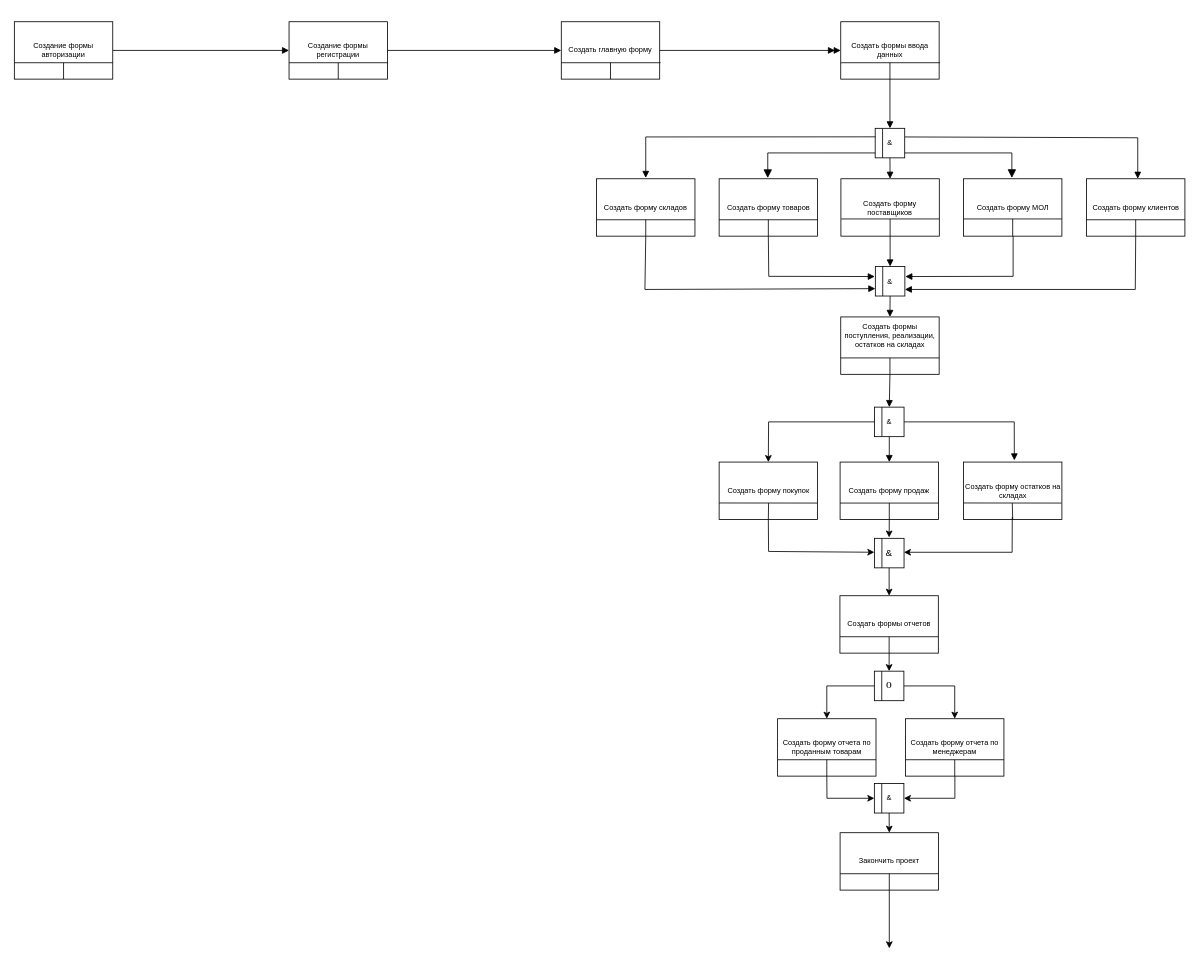
The draw.io diagram IDEF3.drawio in dallas-ak/MiSPIS, before the edit. Source tidied: cells renumbered, new cells numbered last; positions are measured from the earlier drawing's top-left corner, leaving out a move shared by most shapes. Both pictures are drawn from the tidied source at 82%, with x=0, y=0 at pixel (14, 21).
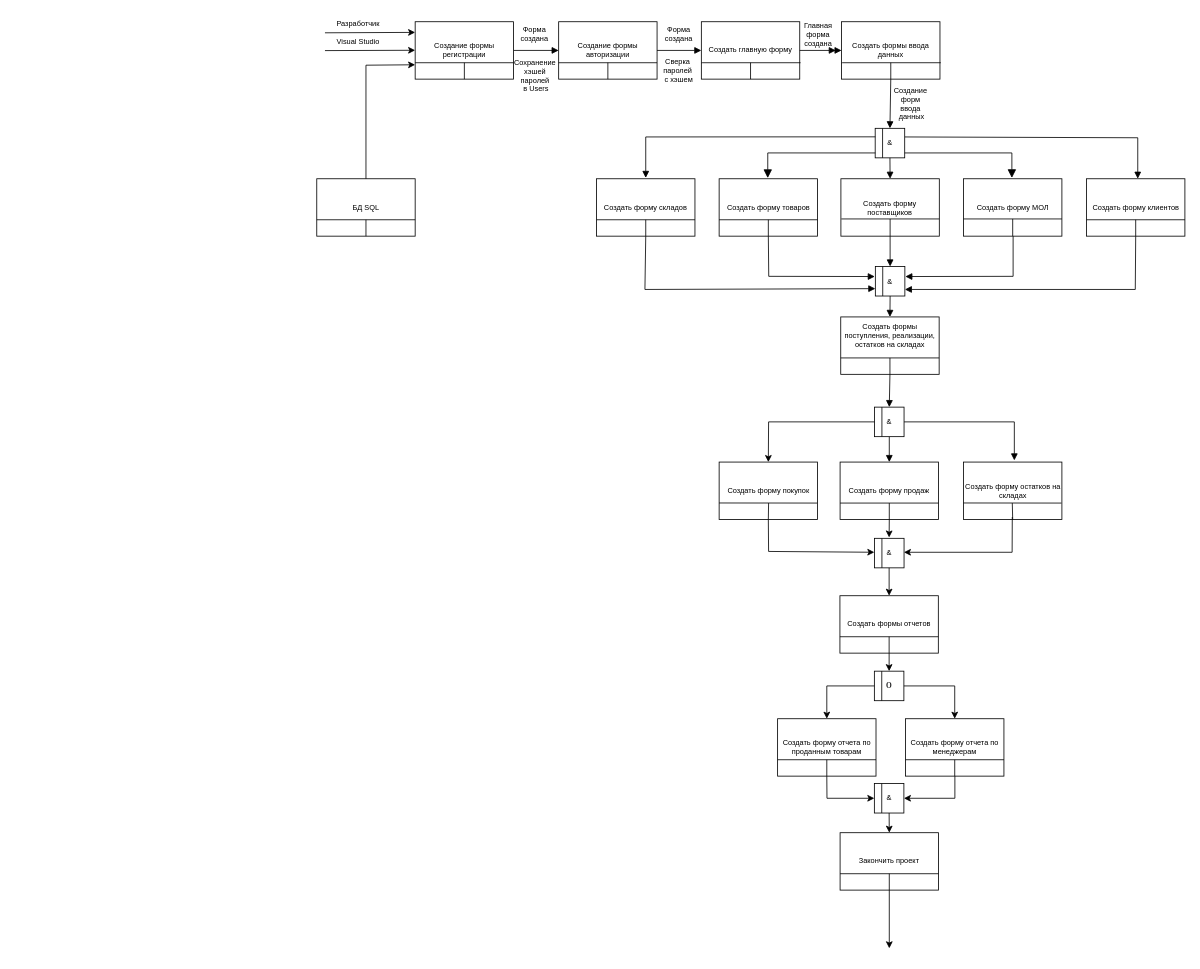
The same page after the edit.

The change refers to these unchanged cells:
```xml
<mxCell id="45" value="Создать&amp;nbsp;форму покупок" style="rounded=0;whiteSpace=wrap;html=1;fontSize=9;" parent="1" vertex="1">
  <mxGeometry x="859.5" y="537" width="120" height="70" as="geometry" />
</mxCell>
<mxCell id="65" value="&amp;amp;" style="whiteSpace=wrap;html=1;fontSize=9;" parent="64" vertex="1">
  <mxGeometry width="36" height="36" as="geometry" />
</mxCell>
<mxCell id="76" value="Создать форму отчета по проданным товарам" style="rounded=0;whiteSpace=wrap;html=1;fontSize=9;" parent="1" vertex="1">
  <mxGeometry x="930.8" y="850" width="120" height="70" as="geometry" />
</mxCell>
<mxCell id="79" value="Создать форму отчета по менеджерам" style="rounded=0;whiteSpace=wrap;html=1;fontSize=9;" parent="1" vertex="1">
  <mxGeometry x="1086.8" y="850" width="120" height="70" as="geometry" />
</mxCell>
<mxCell id="84" value="&lt;span style=&quot;font-weight: 700; color: rgb(32, 33, 34); font-family: &amp;quot;palatino linotype&amp;quot;, &amp;quot;new athena unicode&amp;quot;, athena, gentium, code2000, serif; font-size: 9px; text-align: start; background-color: rgb(255, 255, 255);&quot;&gt;Ο&lt;/span&gt;" style="whiteSpace=wrap;html=1;fontSize=9;" parent="83" vertex="1">
  <mxGeometry width="36" height="36" as="geometry" />
</mxCell>
<mxCell id="88" value="Закончить проект" style="rounded=0;whiteSpace=wrap;html=1;fontSize=9;" parent="1" vertex="1">
  <mxGeometry x="1007" y="989" width="120" height="70" as="geometry" />
</mxCell>
<mxCell id="92" value="&amp;amp;" style="whiteSpace=wrap;html=1;fontSize=9;" parent="91" vertex="1">
  <mxGeometry width="36" height="36" as="geometry" />
</mxCell>
```

What changed in the source:
```diff
@@
-    <mxCell id="2" value="Создание формы регистрации" style="rounded=0;whiteSpace=wrap;html=1;fontSize=9;" parent="1" vertex="1">
-      <mxGeometry x="335" width="120" height="70" as="geometry" />
+    <mxCell id="2" value="Создание формы авторизации" style="rounded=0;whiteSpace=wrap;html=1;fontSize=9;" parent="1" vertex="1">
+      <mxGeometry x="663.8" width="120" height="70" as="geometry" />
     </mxCell>
     <mxCell id="3" style="endArrow=none;html=1;rounded=0;fontSize=9;" parent="1" edge="1" source="2">
       <mxGeometry relative="1" as="geometry">
-        <mxPoint x="455" y="50" as="targetPoint" />
+        <mxPoint x="783.8" y="50" as="targetPoint" />
         <Array as="points">
-          <mxPoint x="335" y="50" />
+          <mxPoint x="663.8" y="50" />
         </Array>
       </mxGeometry>
     </mxCell>
     <mxCell id="4" style="endArrow=none;html=1;rounded=0;exitX=0.5;exitY=1;exitDx=0;exitDy=0;fontSize=9;" parent="1" edge="1" source="2">
       <mxGeometry relative="1" as="geometry">
-        <mxPoint x="395" y="50" as="targetPoint" />
+        <mxPoint x="723.8" y="50" as="targetPoint" />
       </mxGeometry>
     </mxCell>
     <mxCell id="5" value="Создать главную форму" style="rounded=0;whiteSpace=wrap;html=1;fontSize=9;" parent="1" vertex="1">
-      <mxGeometry x="667" width="120" height="70" as="geometry" />
+      <mxGeometry x="837.8" width="120" height="70" as="geometry" />
     </mxCell>
     <mxCell id="6" style="endArrow=none;html=1;rounded=0;fontSize=9;" parent="1" edge="1" source="5">
       <mxGeometry relative="1" as="geometry">
-        <mxPoint x="788" y="50" as="targetPoint" />
+        <mxPoint x="958.8" y="50" as="targetPoint" />
         <Array as="points">
-          <mxPoint x="668" y="50" />
+          <mxPoint x="838.8" y="50" />
         </Array>
       </mxGeometry>
     </mxCell>
     <mxCell id="7" style="endArrow=none;html=1;rounded=0;exitX=0.5;exitY=1;exitDx=0;exitDy=0;fontSize=9;" parent="1" edge="1" source="5">
       <mxGeometry relative="1" as="geometry">
-        <mxPoint x="727" y="50" as="targetPoint" />
+        <mxPoint x="897.8" y="50" as="targetPoint" />
       </mxGeometry>
     </mxCell>
     <mxCell id="8" style="endArrow=block;html=1;rounded=0;exitX=1;exitY=0.5;exitDx=0;exitDy=0;fontSize=9;endFill=1;" parent="1" edge="1" source="10">
       <mxGeometry relative="1" as="geometry">
-        <mxPoint x="335" y="35" as="targetPoint" />
+        <mxPoint x="663.8" y="35" as="targetPoint" />
       </mxGeometry>
     </mxCell>
@@
-    <mxCell id="10" value="Создание формы авторизации" style="rounded=0;whiteSpace=wrap;html=1;fontSize=9;" parent="1" vertex="1">
-      <mxGeometry width="120" height="70" as="geometry" />
+    <mxCell id="10" value="Создание формы регистрации" style="rounded=0;whiteSpace=wrap;html=1;fontSize=9;" parent="1" vertex="1">
+      <mxGeometry x="488.8" width="120" height="70" as="geometry" />
     </mxCell>
     <mxCell id="11" style="endArrow=none;html=1;rounded=0;fontSize=9;" parent="1" edge="1" source="10">
       <mxGeometry relative="1" as="geometry">
-        <mxPoint x="120" y="50" as="targetPoint" />
+        <mxPoint x="608.8" y="50" as="targetPoint" />
         <Array as="points">
-          <mxPoint y="50" />
+          <mxPoint x="488.8" y="50" />
         </Array>
       </mxGeometry>
     </mxCell>
     <mxCell id="12" style="endArrow=none;html=1;rounded=0;exitX=0.5;exitY=1;exitDx=0;exitDy=0;fontSize=9;" parent="1" edge="1" source="10">
       <mxGeometry relative="1" as="geometry">
-        <mxPoint x="60" y="50" as="targetPoint" />
+        <mxPoint x="548.8" y="50" as="targetPoint" />
       </mxGeometry>
     </mxCell>
@@
     <mxCell id="54" value="Создать формы ввода данных" style="rounded=0;whiteSpace=wrap;html=1;fontSize=9;" parent="1" vertex="1">
-      <mxGeometry x="1007.8" width="120" height="70" as="geometry" />
+      <mxGeometry x="1008.8" width="120" height="70" as="geometry" />
     </mxCell>
     <mxCell id="55" style="endArrow=none;html=1;rounded=0;fontSize=9;" parent="1" edge="1" source="54">
       <mxGeometry relative="1" as="geometry">
-        <mxPoint x="1128.8" y="50" as="targetPoint" />
+        <mxPoint x="1129.8" y="50" as="targetPoint" />
         <Array as="points">
-          <mxPoint x="1008.8" y="50" />
+          <mxPoint x="1009.8" y="50" />
         </Array>
       </mxGeometry>
     </mxCell>
     <mxCell id="56" style="endArrow=none;html=1;rounded=0;exitX=0.5;exitY=1;exitDx=0;exitDy=0;fontSize=9;" parent="1" edge="1" source="54">
       <mxGeometry relative="1" as="geometry">
-        <mxPoint x="1067.8" y="50" as="targetPoint" />
+        <mxPoint x="1068.8" y="50" as="targetPoint" />
       </mxGeometry>
     </mxCell>
@@
     <mxCell id="62" style="endArrow=block;html=1;rounded=0;entryX=0.5;entryY=0;entryDx=0;entryDy=0;exitX=1;exitY=0.5;exitDx=0;exitDy=0;fontSize=9;endFill=1;" parent="1" edge="1" source="65">
       <mxGeometry relative="1" as="geometry">
         <mxPoint x="1219.5" y="535" as="targetPoint" />
         <Array as="points">
-          <mxPoint x="1219.4" y="488" />
+          <mxPoint x="1219.5" y="488" />
         </Array>
       </mxGeometry>
     </mxCell>
@@
-    <mxCell id="82" style="endArrow=classic;html=1;rounded=0;entryX=0.5;entryY=0;entryDx=0;entryDy=0;exitX=0;exitY=0.5;exitDx=0;exitDy=0;" parent="1" edge="1" source="65" target="45">
+    <mxCell id="82" style="endArrow=classic;html=1;rounded=0;entryX=0.5;entryY=0;entryDx=0;entryDy=0;exitX=0;exitY=0.5;exitDx=0;exitDy=0;fontSize=9;" parent="1" edge="1" source="65" target="45">
       <mxGeometry relative="1" as="geometry">
         <Array as="points">
           <mxPoint x="919.8" y="488" />
         </Array>
       </mxGeometry>
     </mxCell>
@@
-    <mxCell id="86" style="endArrow=classic;html=1;rounded=0;entryX=0.5;entryY=0;entryDx=0;entryDy=0;exitX=0;exitY=0.5;exitDx=0;exitDy=0;" parent="1" edge="1" source="84" target="76">
+    <mxCell id="86" style="endArrow=classic;html=1;rounded=0;entryX=0.5;entryY=0;entryDx=0;entryDy=0;exitX=0;exitY=0.5;exitDx=0;exitDy=0;fontSize=9;" parent="1" edge="1" source="84" target="76">
       <mxGeometry relative="1" as="geometry">
         <Array as="points">
           <mxPoint x="990.8" y="810" />
         </Array>
       </mxGeometry>
     </mxCell>
-    <mxCell id="87" style="endArrow=classic;html=1;rounded=0;entryX=0.5;entryY=0;entryDx=0;entryDy=0;exitX=1;exitY=0.5;exitDx=0;exitDy=0;" parent="1" edge="1" source="84" target="79">
+    <mxCell id="87" style="endArrow=classic;html=1;rounded=0;entryX=0.5;entryY=0;entryDx=0;entryDy=0;exitX=1;exitY=0.5;exitDx=0;exitDy=0;fontSize=9;" parent="1" edge="1" source="84" target="79">
       <mxGeometry relative="1" as="geometry">
         <Array as="points">
           <mxPoint x="1146.8" y="810" />
         </Array>
       </mxGeometry>
     </mxCell>
@@
-    <mxCell id="89" style="endArrow=none;html=1;rounded=0;" parent="1" edge="1" source="88">
+    <mxCell id="89" style="endArrow=none;html=1;rounded=0;fontSize=9;" parent="1" edge="1" source="88">
       <mxGeometry relative="1" as="geometry">
         <mxPoint x="1127" y="1039" as="targetPoint" />
         <Array as="points">
           <mxPoint x="1007" y="1039" />
         </Array>
       </mxGeometry>
     </mxCell>
-    <mxCell id="90" style="endArrow=none;html=1;rounded=0;exitX=0.5;exitY=1;exitDx=0;exitDy=0;" parent="1" edge="1" source="88">
+    <mxCell id="90" style="endArrow=none;html=1;rounded=0;exitX=0.5;exitY=1;exitDx=0;exitDy=0;fontSize=9;" parent="1" edge="1" source="88">
       <mxGeometry relative="1" as="geometry">
         <mxPoint x="1067" y="1039" as="targetPoint" />
       </mxGeometry>
     </mxCell>
@@
-    <mxCell id="94" style="endArrow=classic;html=1;rounded=0;entryX=0.5;entryY=0;entryDx=0;entryDy=0;exitX=0.5;exitY=1;exitDx=0;exitDy=0;" parent="1" edge="1" source="92" target="88">
+    <mxCell id="94" style="endArrow=classic;html=1;rounded=0;entryX=0.5;entryY=0;entryDx=0;entryDy=0;exitX=0.5;exitY=1;exitDx=0;exitDy=0;fontSize=9;" parent="1" edge="1" source="92" target="88">
       <mxGeometry relative="1" as="geometry" />
     </mxCell>
-    <mxCell id="95" style="endArrow=classic;html=1;rounded=0;entryX=0;entryY=0.5;entryDx=0;entryDy=0;exitX=0.5;exitY=1;exitDx=0;exitDy=0;" parent="1" edge="1" source="76" target="92">
+    <mxCell id="95" style="endArrow=classic;html=1;rounded=0;entryX=0;entryY=0.5;entryDx=0;entryDy=0;exitX=0.5;exitY=1;exitDx=0;exitDy=0;fontSize=9;" parent="1" edge="1" source="76" target="92">
       <mxGeometry relative="1" as="geometry">
         <Array as="points">
           <mxPoint x="991" y="947" />
         </Array>
       </mxGeometry>
     </mxCell>
-    <mxCell id="96" style="endArrow=classic;html=1;rounded=0;entryX=1;entryY=0.5;entryDx=0;entryDy=0;exitX=0.5;exitY=1;exitDx=0;exitDy=0;" parent="1" edge="1" target="92">
+    <mxCell id="96" style="endArrow=classic;html=1;rounded=0;entryX=1;entryY=0.5;entryDx=0;entryDy=0;exitX=0.5;exitY=1;exitDx=0;exitDy=0;fontSize=9;" parent="1" edge="1" target="92">
       <mxGeometry relative="1" as="geometry">
         <mxPoint x="1147" y="920" as="sourcePoint" />
         <Array as="points">
           <mxPoint x="1147" y="947" />
         </Array>
       </mxGeometry>
     </mxCell>
-    <mxCell id="97" style="endArrow=classic;html=1;rounded=0;exitX=0.5;exitY=1;exitDx=0;exitDy=0;" parent="1" edge="1" source="88">
+    <mxCell id="97" style="endArrow=classic;html=1;rounded=0;exitX=0.5;exitY=1;exitDx=0;exitDy=0;fontSize=9;" parent="1" edge="1" source="88">
       <mxGeometry relative="1" as="geometry">
         <mxPoint x="1067" y="1130" as="targetPoint" />
       </mxGeometry>
     </mxCell>
-    <mxCell id="98" style="group;" parent="1" vertex="1">
+    <mxCell id="98" style="group;fontSize=9;" parent="1" vertex="1">
       <mxGeometry x="1049" y="630" width="36" height="36" as="geometry" />
     </mxCell>
-    <mxCell id="99" value="&amp;amp;" style="whiteSpace=wrap;html=1;" parent="98" vertex="1">
+    <mxCell id="99" value="&amp;amp;" style="whiteSpace=wrap;html=1;fontSize=9;" parent="98" vertex="1">
       <mxGeometry width="36" height="36" as="geometry" />
     </mxCell>
-    <mxCell id="100" style="endArrow=none;html=1;rounded=0;entryX=0.25;entryY=0;entryDx=0;entryDy=0;exitX=0.25;exitY=1;exitDx=0;exitDy=0;" parent="98" edge="1" source="99" target="99">
+    <mxCell id="100" style="endArrow=none;html=1;rounded=0;entryX=0.25;entryY=0;entryDx=0;entryDy=0;exitX=0.25;exitY=1;exitDx=0;exitDy=0;fontSize=9;" parent="98" edge="1" source="99" target="99">
       <mxGeometry relative="1" as="geometry" />
     </mxCell>
+    <mxCell id="101" style="endArrow=classic;html=1;rounded=0;entryX=0;entryY=0.25;entryDx=0;entryDy=0;fontSize=9;" parent="1" edge="1">
+      <mxGeometry relative="1" as="geometry">
+        <mxPoint x="378.8" y="13.5" as="sourcePoint" />
+        <mxPoint x="488.8" y="13" as="targetPoint" />
+      </mxGeometry>
+    </mxCell>
+    <mxCell id="102" style="endArrow=classic;html=1;rounded=0;entryX=0;entryY=0.75;entryDx=0;entryDy=0;fontSize=9;" parent="1" edge="1">
+      <mxGeometry relative="1" as="geometry">
+        <mxPoint x="378.8" y="35.2" as="sourcePoint" />
+        <mxPoint x="488.8" y="34.8" as="targetPoint" />
+      </mxGeometry>
+    </mxCell>
+    <mxCell id="103" value="Разработчик" style="text;html=1;align=center;verticalAlign=middle;strokeColor=none;fillColor=none;fontSize=9;" parent="1" vertex="1">
+      <mxGeometry x="378.8" y="-7" width="80" height="20" as="geometry" />
+    </mxCell>
+    <mxCell id="104" value="Visual Studio" style="text;html=1;align=center;verticalAlign=middle;strokeColor=none;fillColor=none;fontSize=9;" parent="1" vertex="1">
+      <mxGeometry x="378.8" y="15" width="80" height="20" as="geometry" />
+    </mxCell>
+    <mxCell id="105" value="БД SQL" style="rounded=0;whiteSpace=wrap;html=1;fontSize=9;" parent="1" vertex="1">
+      <mxGeometry x="368.8" y="191.5" width="120" height="70" as="geometry" />
+    </mxCell>
+    <mxCell id="106" style="endArrow=none;html=1;rounded=0;fontSize=9;" parent="1" edge="1" source="105">
+      <mxGeometry relative="1" as="geometry">
+        <mxPoint x="488.8" y="241.5" as="targetPoint" />
+        <Array as="points">
+          <mxPoint x="368.8" y="241.5" />
+        </Array>
+      </mxGeometry>
+    </mxCell>
+    <mxCell id="107" style="endArrow=none;html=1;rounded=0;exitX=0.5;exitY=1;exitDx=0;exitDy=0;fontSize=9;" parent="1" edge="1" source="105">
+      <mxGeometry relative="1" as="geometry">
+        <mxPoint x="428.8" y="241.5" as="targetPoint" />
+      </mxGeometry>
+    </mxCell>
+    <mxCell id="108" style="endArrow=classic;html=1;rounded=0;exitX=0.5;exitY=0;exitDx=0;exitDy=0;entryX=0;entryY=0.75;entryDx=0;entryDy=0;fontSize=9;" parent="1" edge="1" source="105" target="10">
+      <mxGeometry relative="1" as="geometry">
+        <Array as="points">
+          <mxPoint x="428.8" y="53" />
+        </Array>
+      </mxGeometry>
+    </mxCell>
+    <mxCell id="109" value="Форма&lt;div style=&quot;font-size: 9px;&quot;&gt;создана&lt;/div&gt;" style="text;html=1;align=center;verticalAlign=middle;strokeColor=none;fillColor=none;fontSize=9;" parent="1" vertex="1">
+      <mxGeometry x="603.8" y="-5" width="60" height="40" as="geometry" />
+    </mxCell>
+    <mxCell id="110" value="&lt;div style=&quot;font-size: 9px;&quot;&gt;Сохранение&amp;nbsp;&lt;/div&gt;&lt;div style=&quot;font-size: 9px;&quot;&gt;хэшей&amp;nbsp;&lt;/div&gt;&lt;div style=&quot;font-size: 9px;&quot;&gt;паролей&amp;nbsp;&lt;/div&gt;&lt;div style=&quot;font-size: 9px;&quot;&gt;в Users&lt;/div&gt;" style="text;html=1;align=center;verticalAlign=middle;strokeColor=none;fillColor=none;fontSize=9;" parent="1" vertex="1">
+      <mxGeometry x="595.8" y="36" width="80" height="60" as="geometry" />
+    </mxCell>
+    <mxCell id="111" value="&lt;div style=&quot;font-size: 9px;&quot;&gt;Сверка&amp;nbsp;&lt;/div&gt;&lt;div style=&quot;font-size: 9px;&quot;&gt;паролей&amp;nbsp;&lt;/div&gt;&lt;div style=&quot;font-size: 9px;&quot;&gt;с хэшем&lt;/div&gt;" style="text;html=1;align=center;verticalAlign=middle;strokeColor=none;fillColor=none;fontSize=9;" parent="1" vertex="1">
+      <mxGeometry x="780.3" y="35" width="60" height="50" as="geometry" />
+    </mxCell>
+    <mxCell id="112" value="Форма&lt;div style=&quot;font-size: 9px;&quot;&gt;создана&lt;/div&gt;" style="text;html=1;align=center;verticalAlign=middle;strokeColor=none;fillColor=none;fontSize=9;" parent="1" vertex="1">
+      <mxGeometry x="780.3" y="-5" width="60" height="40" as="geometry" />
+    </mxCell>
+    <mxCell id="113" value="&lt;div&gt;Главная&lt;/div&gt;форма&lt;div style=&quot;font-size: 9px;&quot;&gt;создана&lt;/div&gt;" style="text;html=1;align=center;verticalAlign=middle;strokeColor=none;fillColor=none;fontSize=9;" parent="1" vertex="1">
+      <mxGeometry x="949.5" y="-9" width="60" height="50" as="geometry" />
+    </mxCell>
+    <mxCell id="114" value="Создание&amp;nbsp;&lt;div&gt;форм&amp;nbsp;&lt;/div&gt;&lt;div&gt;ввода&amp;nbsp;&lt;/div&gt;&lt;div&gt;данных&lt;/div&gt;" style="text;html=1;align=center;verticalAlign=middle;strokeColor=none;fillColor=none;fontSize=9;" parent="1" vertex="1">
+      <mxGeometry x="1058.8" y="70" width="70" height="60" as="geometry" />
+    </mxCell>
```
